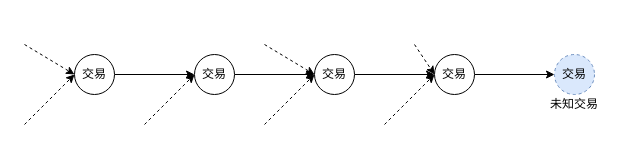
Earlier version of the draw.io diagram 交易图.drawio (zjtone/RL-Note). Source tidied: cells renumbered, new cells numbered last; positions are measured from the earlier drawing's top-left corner, leaving out a move shared by most shapes. Both pictures are drawn from the tidied source at 100%, with x=0, y=0 at pixel (24, 44).
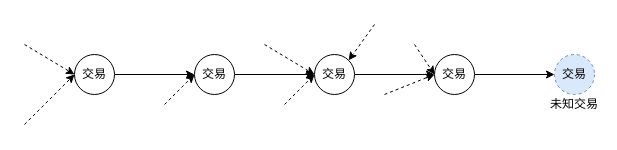
The same diagram, later.

The change refers to these unchanged cells:
```xml
<mxCell id="7" value="交易" style="ellipse;whiteSpace=wrap;html=1;" parent="1" vertex="1">
  <mxGeometry x="290" y="10" width="40" height="40" as="geometry" />
</mxCell>
```

Diff of the diagram source:
```diff
@@
     <mxCell id="13" style="endArrow=classic;html=1;dashed=1;" parent="1" edge="1">
       <mxGeometry relative="1" as="geometry">
-        <mxPoint x="120" y="80" as="sourcePoint" />
+        <mxPoint x="140" y="60" as="sourcePoint" />
         <mxPoint x="170" y="30" as="targetPoint" />
       </mxGeometry>
     </mxCell>
     <mxCell id="14" style="endArrow=classic;html=1;dashed=1;" parent="1" edge="1">
       <mxGeometry relative="1" as="geometry">
-        <mxPoint x="240" y="80" as="sourcePoint" />
+        <mxPoint x="260" y="60" as="sourcePoint" />
         <mxPoint x="290" y="30" as="targetPoint" />
       </mxGeometry>
     </mxCell>
     <mxCell id="15" style="endArrow=classic;html=1;dashed=1;" parent="1" edge="1">
       <mxGeometry relative="1" as="geometry">
-        <mxPoint x="360" y="80" as="sourcePoint" />
+        <mxPoint x="360" y="50" as="sourcePoint" />
         <mxPoint x="410" y="30" as="targetPoint" />
       </mxGeometry>
     </mxCell>
@@
+    <mxCell id="19" style="endArrow=classic;html=1;dashed=1;entryX=1;entryY=0;entryDx=0;entryDy=0;" parent="1" edge="1" target="7">
+      <mxGeometry relative="1" as="geometry">
+        <mxPoint x="350" y="-20" as="sourcePoint" />
+      </mxGeometry>
+    </mxCell>
```
